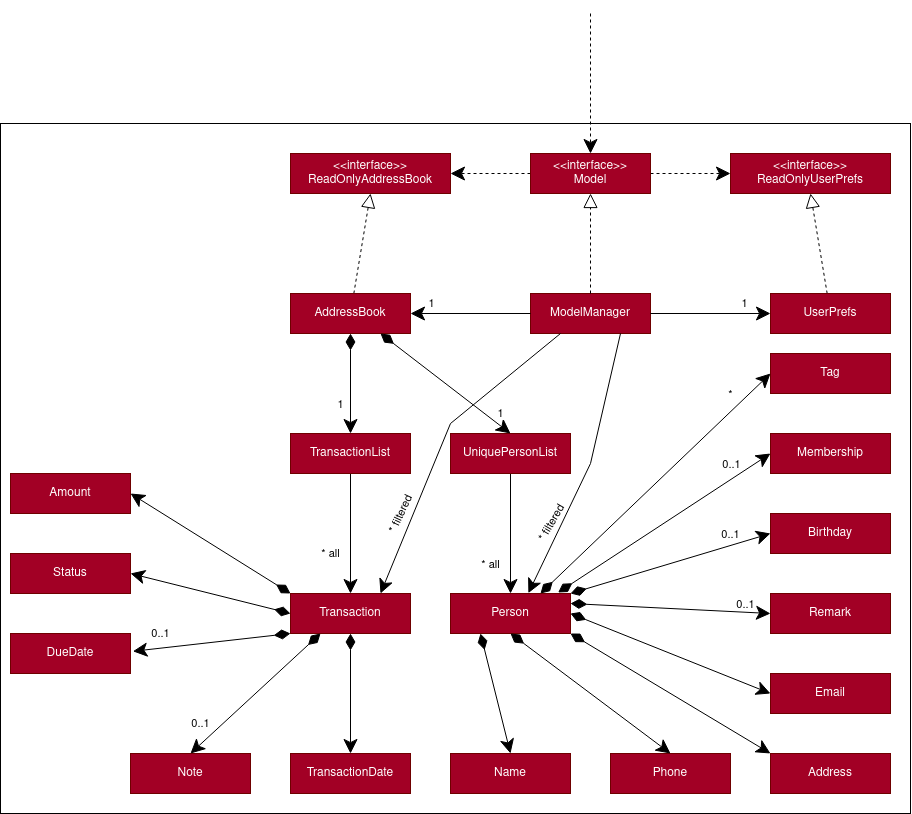
Before: docs/images/ModelClassDiagram.png, a diagram exported from draw.io (nus-cs2103-AY2122S2/tp). Source tidied: cells renumbered, new cells last; positions are measured from the earlier drawing's top-left corner, leaving out a move shared by most shapes.
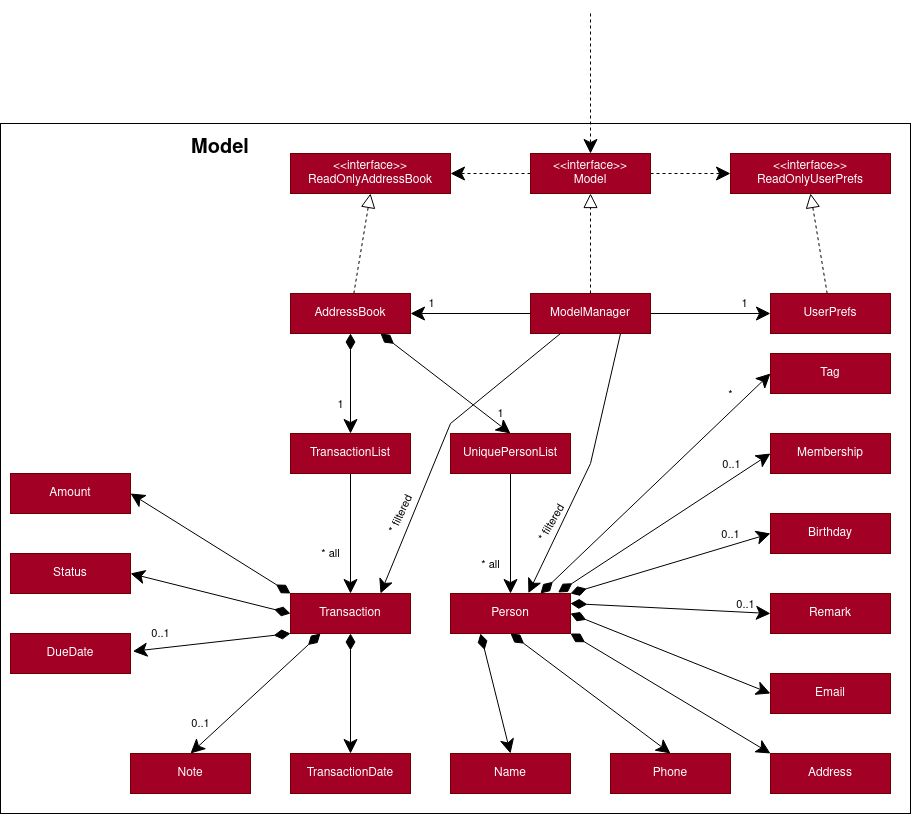
After the change.

What changed in the source:
```diff
@@ -239,5 +239,8 @@
         <mxPoint x="590" as="sourcePoint" />
       </mxGeometry>
     </mxCell>
+    <mxCell id="67" value="Model" style="text;html=1;strokeColor=none;fillColor=none;align=center;verticalAlign=middle;whiteSpace=wrap;rounded=0;fontStyle=1;fontSize=20;" parent="1" vertex="1">
+      <mxGeometry x="190" y="120" width="60" height="30" as="geometry" />
+    </mxCell>
   </root>
 </mxGraphModel>
```
